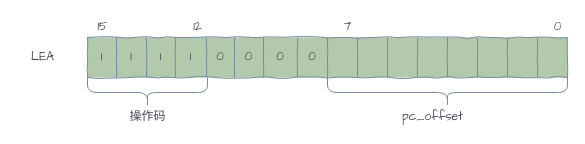
silan-liu/drawio keeps this draw.io diagram as page "trap" (25 of 25) of vm.drawio. Above is the earlier version. Source tidied: cells renumbered, new cells numbered last; positions are measured from the earlier drawing's top-left corner, leaving out a move shared by most shapes. Both pictures are drawn from the tidied source at 100%, with x=0, y=0 at pixel (22, 17).
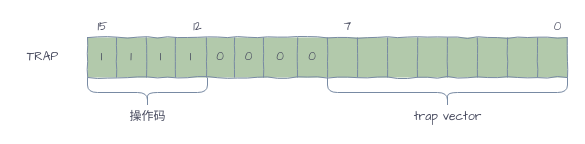
The same diagram, later.

Diff of the diagram source:
```diff
@@
-    <mxCell id="23" value="pc_offset" style="text;html=1;align=center;verticalAlign=middle;fontColor=#46495D;fontFamily=Architects Daughter;" parent="1" vertex="1">
-      <mxGeometry x="370" y="90" width="80" height="20" as="geometry" />
+    <mxCell id="23" value="trap vector" style="text;html=1;align=center;verticalAlign=middle;fontColor=#46495D;fontFamily=Architects Daughter;" parent="1" vertex="1">
+      <mxGeometry x="385" y="90" width="80" height="20" as="geometry" />
     </mxCell>
@@
-    <mxCell id="27" value="LEA" style="text;html=1;align=center;verticalAlign=middle;fontFamily=Architects Daughter;fontColor=#46495D;" parent="1" vertex="1">
-      <mxGeometry y="30" width="40" height="20" as="geometry" />
+    <mxCell id="27" value="TRAP" style="text;html=1;align=center;verticalAlign=middle;fontFamily=Architects Daughter;fontColor=#46495D;" parent="1" vertex="1">
+      <mxGeometry x="-5" y="30" width="50" height="20" as="geometry" />
     </mxCell>
```
